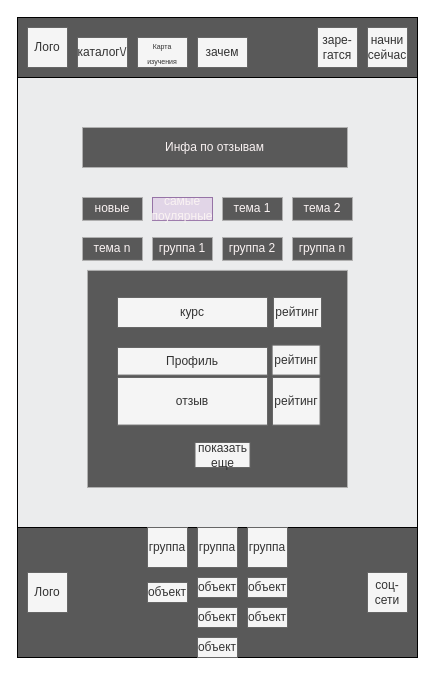
Earlier version of the draw.io diagram page "Список отзывов" (4 of 11) of planing/Wireframe/Wireframe.drawio (Konfermat/diploma-project). Source tidied: cells renumbered, new cells numbered last; positions are measured from the earlier drawing's top-left corner, leaving out a move shared by most shapes. Both pictures are drawn from the tidied source at 100%, with x=0, y=0 at pixel (17, 17).
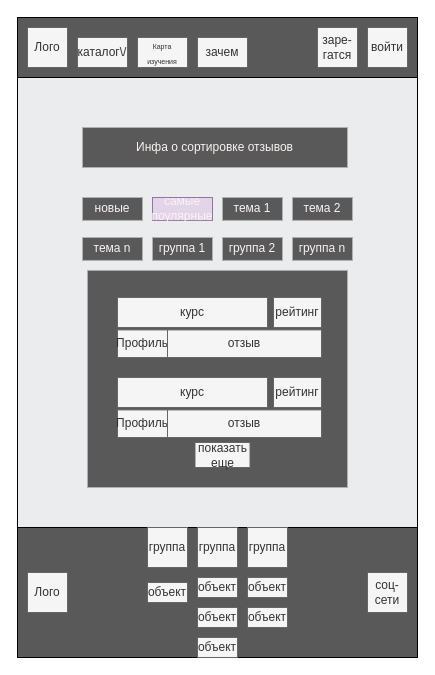
The same diagram, later.

Diff of the diagram source:
```diff
@@
-    <mxCell id="19" value="&lt;font style=&quot;font-size: 12px&quot;&gt;начни сейчас&lt;/font&gt;" style="whiteSpace=wrap;html=1;strokeColor=#666666;fillColor=#f5f5f5;fontColor=#333333;" parent="1" vertex="1">
-      <mxGeometry x="350" y="10" width="40" height="40" as="geometry" />
-    </mxCell>
-    <mxCell id="20" value="&lt;font style=&quot;font-size: 12px&quot;&gt;заре-гатся&lt;/font&gt;" style="whiteSpace=wrap;html=1;strokeColor=#666666;fillColor=#f5f5f5;fontColor=#333333;" parent="1" vertex="1">
-      <mxGeometry x="300" y="10" width="40" height="40" as="geometry" />
-    </mxCell>
@@
-    <mxCell id="26" value="Профиль" style="whiteSpace=wrap;html=1;strokeColor=#666666;fillColor=#f5f5f5;fontColor=#333333;" parent="1" vertex="1">
-      <mxGeometry x="100" y="330" width="150" height="27.6" as="geometry" />
-    </mxCell>
-    <mxCell id="27" value="отзыв" style="whiteSpace=wrap;html=1;strokeColor=#666666;fillColor=#f5f5f5;fontColor=#333333;" parent="1" vertex="1">
-      <mxGeometry x="100" y="360" width="150" height="47.6" as="geometry" />
-    </mxCell>
@@
-    <mxCell id="33" value="&lt;font color=&quot;#faf3f3&quot;&gt;Инфа по отзывам&lt;/font&gt;" style="whiteSpace=wrap;html=1;strokeColor=#B0B0B0;fillColor=#595959;gradientColor=none;" parent="1" vertex="1">
+    <mxCell id="33" value="&lt;font color=&quot;#faf3f3&quot;&gt;Инфа о сортировке отзывов&lt;/font&gt;" style="whiteSpace=wrap;html=1;strokeColor=#B0B0B0;fillColor=#595959;gradientColor=none;" parent="1" vertex="1">
       <mxGeometry x="65" y="110" width="265" height="40" as="geometry" />
     </mxCell>
@@
-    <mxCell id="38" value="рейтинг" style="whiteSpace=wrap;html=1;strokeColor=#666666;fillColor=#f5f5f5;fontColor=#333333;" parent="1" vertex="1">
-      <mxGeometry x="255" y="360" width="47.6" height="47.6" as="geometry" />
-    </mxCell>
+    <mxCell id="42" style="group;" parent="1" vertex="1">
+      <mxGeometry x="100" y="280" width="204" height="60" as="geometry" />
+    </mxCell>
+    <mxCell id="26" value="Профиль" style="whiteSpace=wrap;html=1;strokeColor=#666666;fillColor=#f5f5f5;fontColor=#333333;" parent="42" vertex="1">
+      <mxGeometry y="32.4" width="50" height="27.6" as="geometry" />
+    </mxCell>
+    <mxCell id="27" value="отзыв" style="whiteSpace=wrap;html=1;strokeColor=#666666;fillColor=#f5f5f5;fontColor=#333333;" parent="42" vertex="1">
+      <mxGeometry x="50" y="32.4" width="154" height="27.6" as="geometry" />
+    </mxCell>
-    <mxCell id="39" value="курс" style="whiteSpace=wrap;html=1;strokeColor=#666666;fillColor=#f5f5f5;fontColor=#333333;" parent="1" vertex="1">
-      <mxGeometry x="100" y="280" width="150" height="30" as="geometry" />
+    <mxCell id="39" value="курс" style="whiteSpace=wrap;html=1;strokeColor=#666666;fillColor=#f5f5f5;fontColor=#333333;" parent="42" vertex="1">
+      <mxGeometry width="150" height="30" as="geometry" />
     </mxCell>
-    <mxCell id="40" value="рейтинг" style="whiteSpace=wrap;html=1;strokeColor=#666666;fillColor=#f5f5f5;fontColor=#333333;" parent="1" vertex="1">
-      <mxGeometry x="256" y="280" width="48" height="30" as="geometry" />
+    <mxCell id="40" value="рейтинг" style="whiteSpace=wrap;html=1;strokeColor=#666666;fillColor=#f5f5f5;fontColor=#333333;" parent="42" vertex="1">
+      <mxGeometry x="156" width="48" height="30" as="geometry" />
     </mxCell>
-    <mxCell id="41" value="рейтинг" style="whiteSpace=wrap;html=1;strokeColor=#666666;fillColor=#f5f5f5;fontColor=#333333;" parent="1" vertex="1">
-      <mxGeometry x="254.6" y="327.6" width="48" height="30" as="geometry" />
-    </mxCell>
+    <mxCell id="43" style="group;" parent="1" vertex="1">
+      <mxGeometry x="100" y="360" width="204" height="60" as="geometry" />
+    </mxCell>
+    <mxCell id="44" value="Профиль" style="whiteSpace=wrap;html=1;strokeColor=#666666;fillColor=#f5f5f5;fontColor=#333333;" parent="43" vertex="1">
+      <mxGeometry y="32.4" width="50" height="27.6" as="geometry" />
+    </mxCell>
+    <mxCell id="45" value="отзыв" style="whiteSpace=wrap;html=1;strokeColor=#666666;fillColor=#f5f5f5;fontColor=#333333;" parent="43" vertex="1">
+      <mxGeometry x="50" y="32.4" width="154" height="27.6" as="geometry" />
+    </mxCell>
+    <mxCell id="46" value="курс" style="whiteSpace=wrap;html=1;strokeColor=#666666;fillColor=#f5f5f5;fontColor=#333333;" parent="43" vertex="1">
+      <mxGeometry width="150" height="30" as="geometry" />
+    </mxCell>
+    <mxCell id="47" value="рейтинг" style="whiteSpace=wrap;html=1;strokeColor=#666666;fillColor=#f5f5f5;fontColor=#333333;" parent="43" vertex="1">
+      <mxGeometry x="156" width="48" height="30" as="geometry" />
+    </mxCell>
+    <mxCell id="48" value="войти" style="whiteSpace=wrap;html=1;strokeColor=#666666;fillColor=#f5f5f5;fontColor=#333333;" parent="1" vertex="1">
+      <mxGeometry x="350" y="10" width="40" height="40" as="geometry" />
+    </mxCell>
+    <mxCell id="20" value="&lt;font style=&quot;font-size: 12px&quot;&gt;заре-гатся&lt;/font&gt;" style="whiteSpace=wrap;html=1;strokeColor=#666666;fillColor=#f5f5f5;fontColor=#333333;" parent="1" vertex="1">
+      <mxGeometry x="300" y="10" width="40" height="40" as="geometry" />
+    </mxCell>
```
